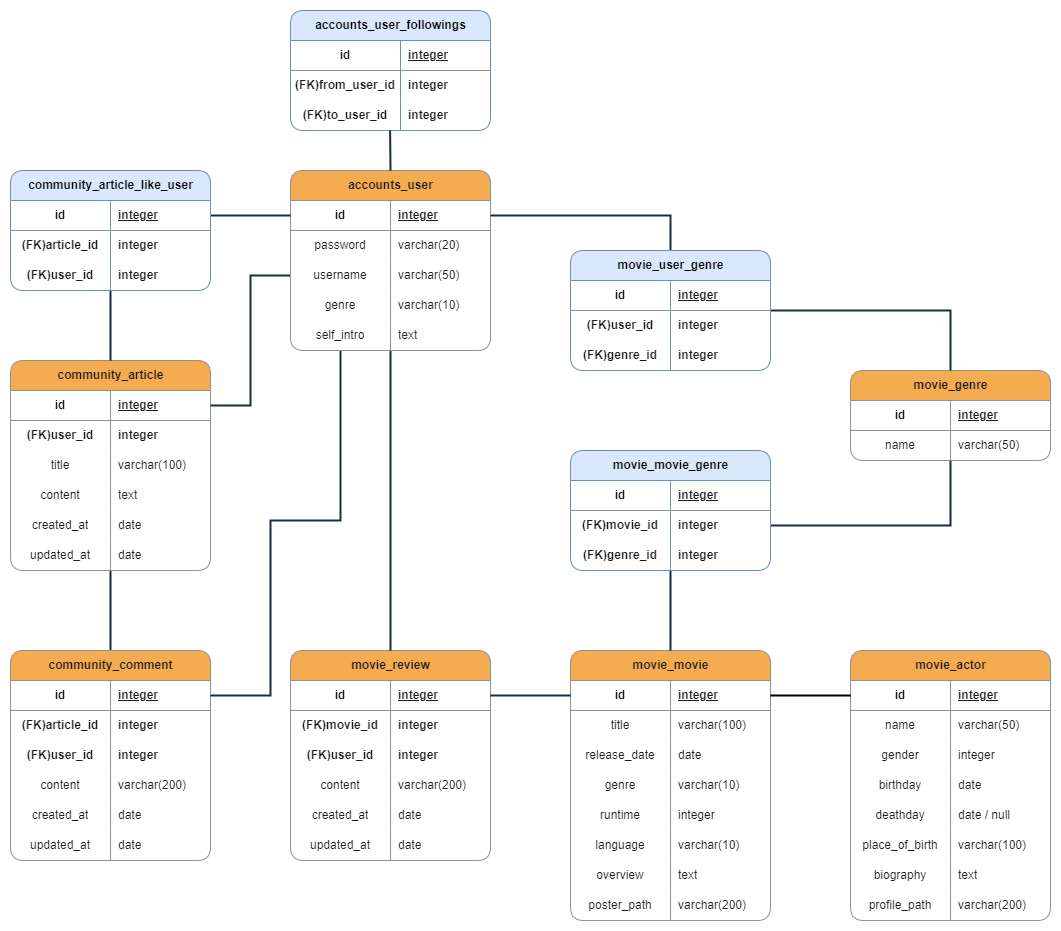
This is img/ERD.png from SeoJunHa96/SSAFY_Movie_FinalPJT, a draw.io export, as it was before one commit. Source tidied: cells renumbered, new cells last; positions are measured from the earlier drawing's top-left corner, leaving out a move shared by most shapes.
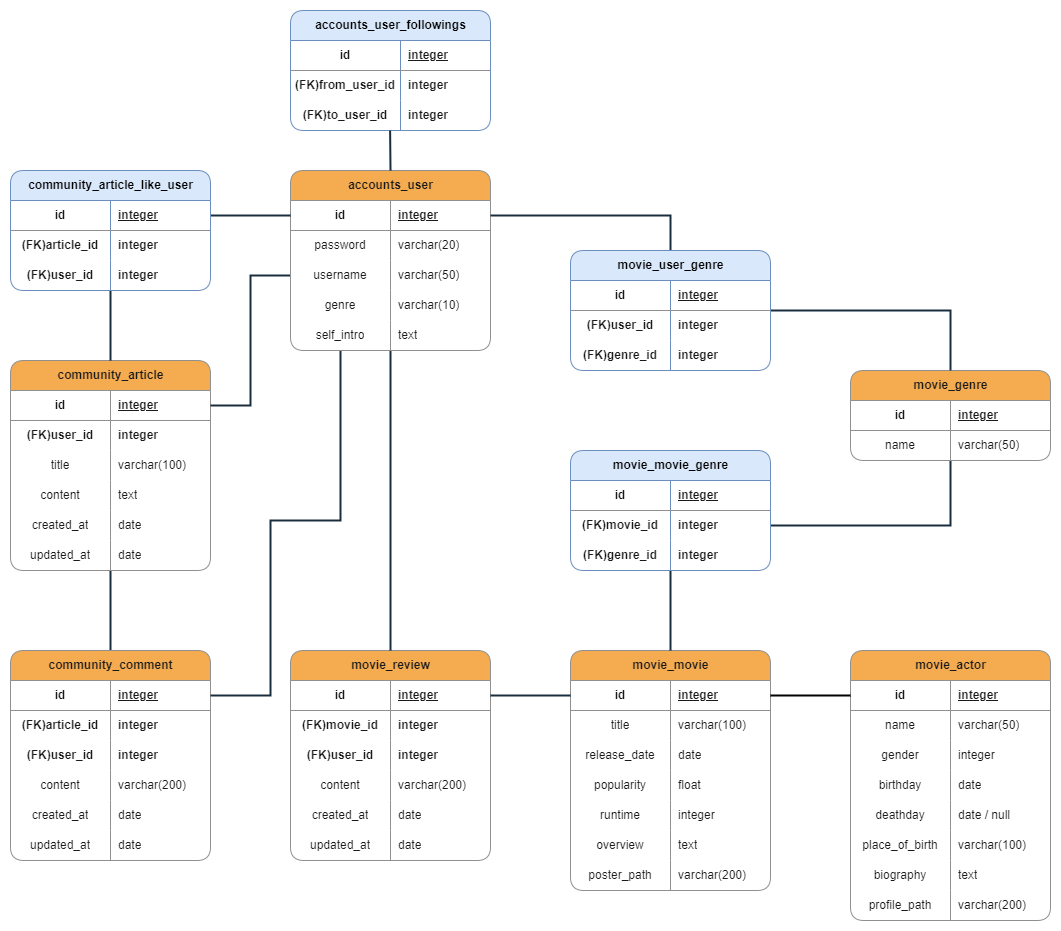
Above is the later version.

What changed in the source:
```diff
@@ -3,7 +3,7 @@
     <mxCell id="0" />
     <mxCell id="1" parent="0" />
     <mxCell id="2" value="movie_movie" style="shape=table;startSize=30;rowLines=0;fontStyle=1;align=center;html=1;rounded=1;labelBackgroundColor=none;fillColor=#F5AB50;strokeColor=#909090;fontColor=#1A1A1A;" parent="1" vertex="1">
-      <mxGeometry x="560" y="640" width="200" height="270" as="geometry" />
+      <mxGeometry x="560" y="640" width="200" height="240" as="geometry" />
     </mxCell>
     <mxCell id="3" style="shape=tableRow;horizontal=0;startSize=0;swimlaneHead=0;swimlaneBody=0;fillColor=none;points=[[0,0.5],[1,0.5]];portConstraint=eastwest;top=0;left=0;right=0;bottom=1;rounded=1;labelBackgroundColor=none;strokeColor=#909090;fontColor=#1A1A1A;" parent="2" vertex="1">
       <mxGeometry y="30" width="200" height="30" as="geometry" />
@@ -35,10 +35,10 @@
     <mxCell id="12" style="shape=tableRow;horizontal=0;startSize=0;swimlaneHead=0;swimlaneBody=0;fillColor=none;top=0;left=0;right=0;bottom=0;rounded=1;labelBackgroundColor=none;strokeColor=#909090;fontColor=#1A1A1A;" parent="2" vertex="1">
       <mxGeometry y="120" width="200" height="30" as="geometry" />
     </mxCell>
-    <mxCell id="13" value="genre" style="shape=partialRectangle;fillColor=none;top=0;left=0;bottom=0;right=0;overflow=hidden;whiteSpace=wrap;html=1;rounded=1;labelBackgroundColor=none;strokeColor=#909090;fontColor=#1A1A1A;" parent="12" vertex="1">
+    <mxCell id="13" value="popularity" style="shape=partialRectangle;fillColor=none;top=0;left=0;bottom=0;right=0;overflow=hidden;whiteSpace=wrap;html=1;rounded=1;labelBackgroundColor=none;strokeColor=#909090;fontColor=#1A1A1A;" parent="12" vertex="1">
       <mxGeometry width="100" height="30" as="geometry" />
     </mxCell>
-    <mxCell id="14" value="varchar(10)" style="shape=partialRectangle;fillColor=none;top=0;left=0;bottom=0;right=0;align=left;spacingLeft=6;overflow=hidden;whiteSpace=wrap;html=1;rounded=1;labelBackgroundColor=none;strokeColor=#909090;fontColor=#1A1A1A;" parent="12" vertex="1">
+    <mxCell id="14" value="float" style="shape=partialRectangle;fillColor=none;top=0;left=0;bottom=0;right=0;align=left;spacingLeft=6;overflow=hidden;whiteSpace=wrap;html=1;rounded=1;labelBackgroundColor=none;strokeColor=#909090;fontColor=#1A1A1A;" parent="12" vertex="1">
       <mxGeometry x="100" width="100" height="30" as="geometry" />
     </mxCell>
     <mxCell id="15" style="shape=tableRow;horizontal=0;startSize=0;swimlaneHead=0;swimlaneBody=0;fillColor=none;top=0;left=0;right=0;bottom=0;rounded=1;labelBackgroundColor=none;strokeColor=#909090;fontColor=#1A1A1A;" parent="2" vertex="1">
@@ -50,17 +50,8 @@
     <mxCell id="17" value="integer" style="shape=partialRectangle;fillColor=none;top=0;left=0;bottom=0;right=0;align=left;spacingLeft=6;overflow=hidden;whiteSpace=wrap;html=1;rounded=1;labelBackgroundColor=none;strokeColor=#909090;fontColor=#1A1A1A;" parent="15" vertex="1">
       <mxGeometry x="100" width="100" height="30" as="geometry" />
     </mxCell>
-    <mxCell id="18" style="shape=tableRow;horizontal=0;startSize=0;swimlaneHead=0;swimlaneBody=0;fillColor=none;top=0;left=0;right=0;bottom=0;rounded=1;labelBackgroundColor=none;strokeColor=#909090;fontColor=#1A1A1A;" parent="2" vertex="1">
-      <mxGeometry y="180" width="200" height="30" as="geometry" />
-    </mxCell>
-    <mxCell id="19" value="language" style="shape=partialRectangle;fillColor=none;top=0;left=0;bottom=0;right=0;overflow=hidden;whiteSpace=wrap;html=1;rounded=1;labelBackgroundColor=none;strokeColor=#909090;fontColor=#1A1A1A;" parent="18" vertex="1">
-      <mxGeometry width="100" height="30" as="geometry" />
-    </mxCell>
-    <mxCell id="20" value="varchar(10)" style="shape=partialRectangle;fillColor=none;top=0;left=0;bottom=0;right=0;align=left;spacingLeft=6;overflow=hidden;whiteSpace=wrap;html=1;rounded=1;labelBackgroundColor=none;strokeColor=#909090;fontColor=#1A1A1A;" parent="18" vertex="1">
-      <mxGeometry x="100" width="100" height="30" as="geometry" />
-    </mxCell>
     <mxCell id="21" style="shape=tableRow;horizontal=0;startSize=0;swimlaneHead=0;swimlaneBody=0;fillColor=none;top=0;left=0;right=0;bottom=0;rounded=1;labelBackgroundColor=none;strokeColor=#909090;fontColor=#1A1A1A;" parent="2" vertex="1">
-      <mxGeometry y="210" width="200" height="30" as="geometry" />
+      <mxGeometry y="180" width="200" height="30" as="geometry" />
     </mxCell>
     <mxCell id="22" value="overview" style="shape=partialRectangle;fillColor=none;top=0;left=0;bottom=0;right=0;overflow=hidden;whiteSpace=wrap;html=1;rounded=1;labelBackgroundColor=none;strokeColor=#909090;fontColor=#1A1A1A;" parent="21" vertex="1">
       <mxGeometry width="100" height="30" as="geometry" />
@@ -69,7 +60,7 @@
       <mxGeometry x="100" width="100" height="30" as="geometry" />
     </mxCell>
     <mxCell id="24" style="shape=tableRow;horizontal=0;startSize=0;swimlaneHead=0;swimlaneBody=0;fillColor=none;top=0;left=0;right=0;bottom=0;rounded=1;labelBackgroundColor=none;strokeColor=#909090;fontColor=#1A1A1A;" parent="2" vertex="1">
-      <mxGeometry y="240" width="200" height="30" as="geometry" />
+      <mxGeometry y="210" width="200" height="30" as="geometry" />
     </mxCell>
     <mxCell id="25" value="poster_path" style="shape=partialRectangle;fillColor=none;top=0;left=0;bottom=0;right=0;overflow=hidden;whiteSpace=wrap;html=1;rounded=1;labelBackgroundColor=none;strokeColor=#909090;fontColor=#1A1A1A;" parent="24" vertex="1">
       <mxGeometry width="100" height="30" as="geometry" />
```
